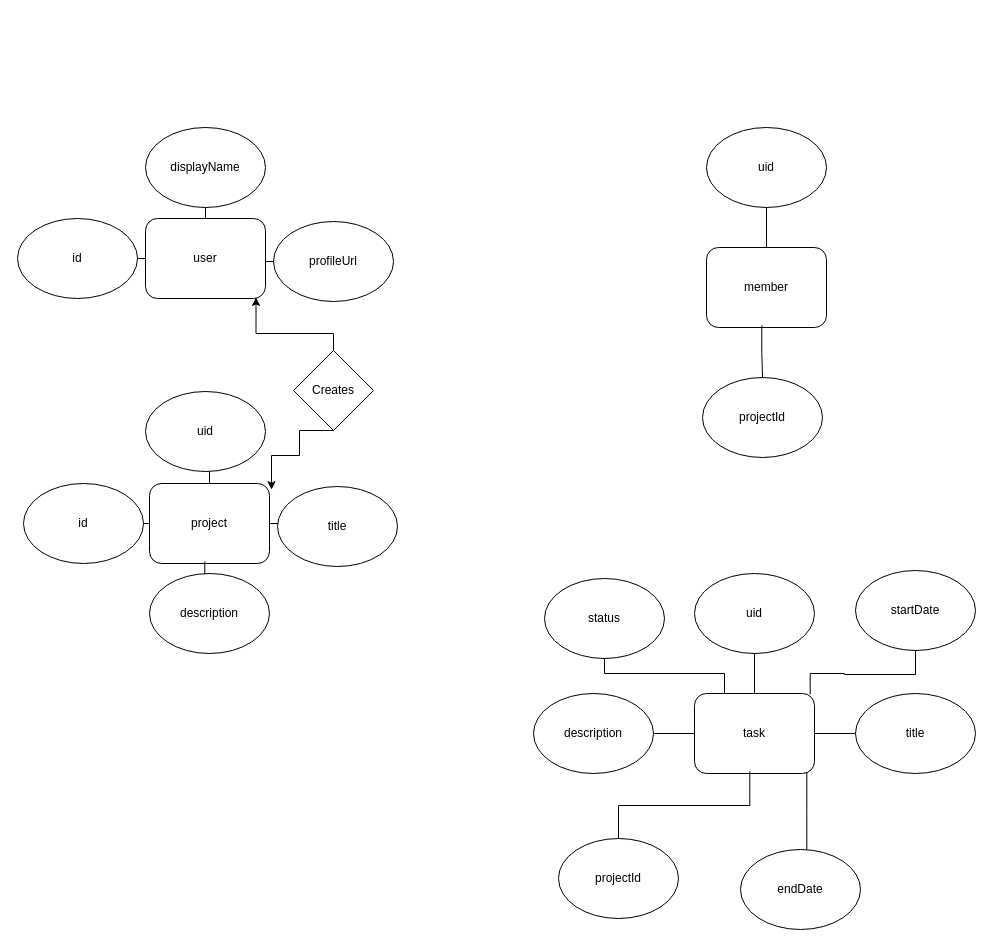
Before: page "Page-1" (1 of 2) of .idea/Untitled Diagram.drawio in ganeshgfx/project_management_app, a draw.io diagram. Source tidied: cells renumbered, new cells numbered last; positions are measured from the earlier drawing's top-left corner, leaving out a move shared by most shapes. Both pictures are drawn from the tidied source at 100%, with x=0, y=0 at pixel (17, 127).
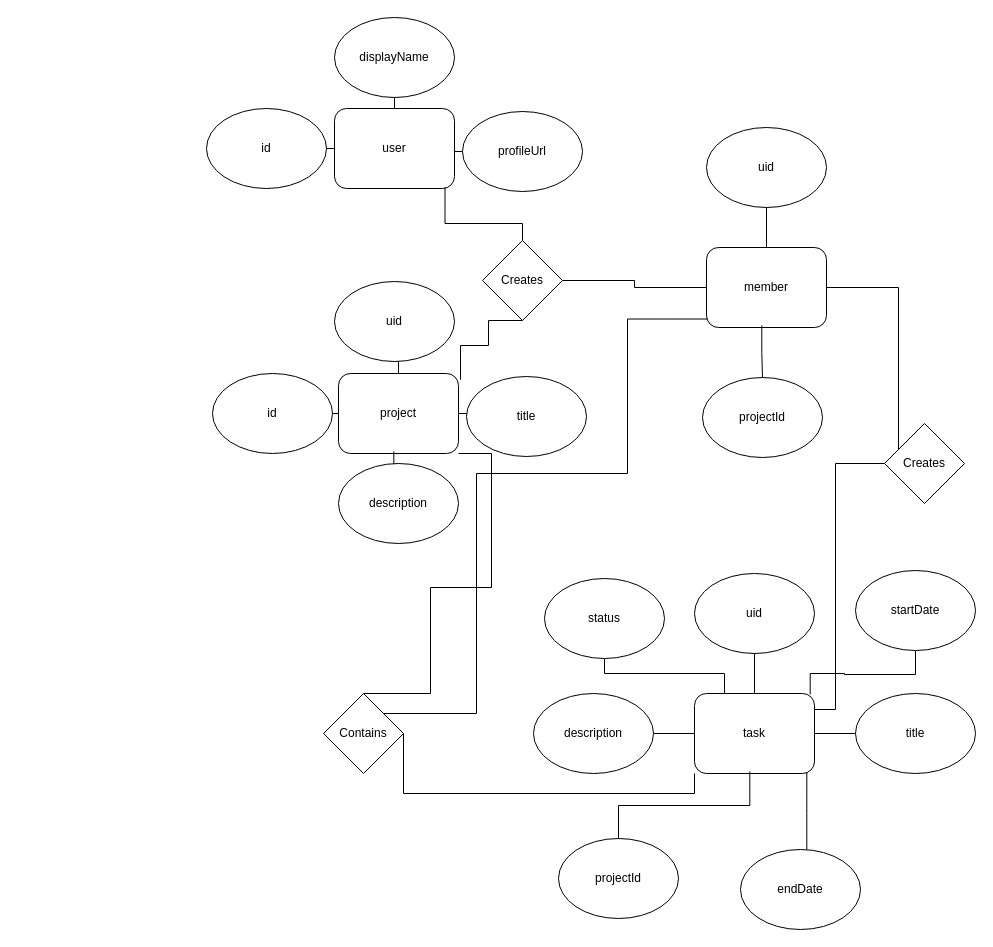
Above is the later version.

Unchanged cells that the change refers to:
```xml
<mxCell id="18" value="member" style="rounded=1;whiteSpace=wrap;html=1;" parent="1" vertex="1">
  <mxGeometry x="689" y="120" width="120" height="80" as="geometry" />
</mxCell>
<mxCell id="23" value="task" style="rounded=1;whiteSpace=wrap;html=1;" parent="1" vertex="1">
  <mxGeometry x="677" y="566" width="120" height="80" as="geometry" />
</mxCell>
```

Change to the diagram source:
```diff
@@
     <mxCell id="3" value="user" style="rounded=1;whiteSpace=wrap;html=1;" parent="1" vertex="1">
-      <mxGeometry x="128" y="91" width="120" height="80" as="geometry" />
+      <mxGeometry x="317" y="-19" width="120" height="80" as="geometry" />
     </mxCell>
     <mxCell id="4" value="id" style="ellipse;whiteSpace=wrap;html=1;" parent="1" vertex="1">
-      <mxGeometry y="91" width="120" height="80" as="geometry" />
+      <mxGeometry x="189" y="-19" width="120" height="80" as="geometry" />
     </mxCell>
     <mxCell id="5" style="edgeStyle=orthogonalEdgeStyle;rounded=0;jettySize=auto;html=1;exitX=0.5;exitY=0;exitDx=0;exitDy=0;strokeColor=default;endArrow=none;endFill=0;" parent="1" edge="1" source="3" target="6">
       <mxGeometry relative="1" as="geometry">
         <Array as="points">
-          <mxPoint x="188" y="53" />
-          <mxPoint x="190" y="53" />
+          <mxPoint x="377" y="-57" />
+          <mxPoint x="379" y="-57" />
         </Array>
       </mxGeometry>
     </mxCell>
     <mxCell id="6" value="displayName" style="ellipse;whiteSpace=wrap;html=1;" parent="1" vertex="1">
-      <mxGeometry x="128" width="120" height="80" as="geometry" />
+      <mxGeometry x="317" y="-110" width="120" height="80" as="geometry" />
     </mxCell>
     <mxCell id="7" style="edgeStyle=orthogonalEdgeStyle;rounded=0;jettySize=auto;html=1;exitX=1;exitY=0.5;exitDx=0;exitDy=0;strokeColor=default;endArrow=none;endFill=0;" parent="1" edge="1" source="3" target="8">
       <mxGeometry relative="1" as="geometry">
         <Array as="points">
-          <mxPoint x="248" y="135" />
-          <mxPoint x="248" y="135" />
+          <mxPoint x="437" y="25" />
+          <mxPoint x="437" y="25" />
         </Array>
       </mxGeometry>
     </mxCell>
     <mxCell id="8" value="profileUrl" style="ellipse;whiteSpace=wrap;html=1;" parent="1" vertex="1">
-      <mxGeometry x="256" y="94" width="120" height="80" as="geometry" />
+      <mxGeometry x="445" y="-16" width="120" height="80" as="geometry" />
     </mxCell>
@@
     <mxCell id="10" value="project" style="rounded=1;whiteSpace=wrap;html=1;" parent="1" vertex="1">
-      <mxGeometry x="132" y="356" width="120" height="80" as="geometry" />
+      <mxGeometry x="321" y="246" width="120" height="80" as="geometry" />
     </mxCell>
     <mxCell id="11" value="id" style="ellipse;whiteSpace=wrap;html=1;" parent="1" vertex="1">
-      <mxGeometry x="6" y="356" width="120" height="80" as="geometry" />
+      <mxGeometry x="195" y="246" width="120" height="80" as="geometry" />
     </mxCell>
@@
     <mxCell id="13" value="uid" style="ellipse;whiteSpace=wrap;html=1;" parent="1" vertex="1">
-      <mxGeometry x="128" y="264" width="120" height="80" as="geometry" />
+      <mxGeometry x="317" y="154" width="120" height="80" as="geometry" />
     </mxCell>
@@
     <mxCell id="15" value="title" style="ellipse;whiteSpace=wrap;html=1;" parent="1" vertex="1">
-      <mxGeometry x="260" y="359" width="120" height="80" as="geometry" />
+      <mxGeometry x="449" y="249" width="120" height="80" as="geometry" />
     </mxCell>
@@
     <mxCell id="17" value="description" style="ellipse;whiteSpace=wrap;html=1;" parent="1" vertex="1">
-      <mxGeometry x="132" y="446" width="120" height="80" as="geometry" />
+      <mxGeometry x="321" y="336" width="120" height="80" as="geometry" />
     </mxCell>
@@
-    <mxCell id="38" style="edgeStyle=orthogonalEdgeStyle;rounded=0;jettySize=auto;html=1;entryX=0.921;entryY=0.986;entryDx=0;entryDy=0;entryPerimeter=0;" parent="1" edge="1" source="40" target="3">
+    <mxCell id="38" style="edgeStyle=orthogonalEdgeStyle;rounded=0;jettySize=auto;html=1;entryX=0.921;entryY=0.986;entryDx=0;entryDy=0;entryPerimeter=0;endArrow=none;endFill=0;" parent="1" edge="1" source="40" target="3">
       <mxGeometry relative="1" as="geometry">
         <Array as="points">
-          <mxPoint x="316" y="206" />
-          <mxPoint x="238" y="206" />
+          <mxPoint x="505" y="96" />
+          <mxPoint x="427" y="96" />
         </Array>
       </mxGeometry>
     </mxCell>
-    <mxCell id="39" style="edgeStyle=orthogonalEdgeStyle;rounded=0;jettySize=auto;html=1;entryX=1.017;entryY=0.077;entryDx=0;entryDy=0;entryPerimeter=0;exitX=0.5;exitY=1;exitDx=0;exitDy=0;" parent="1" edge="1" source="40" target="10">
+    <mxCell id="39" style="edgeStyle=orthogonalEdgeStyle;rounded=0;jettySize=auto;html=1;entryX=1.017;entryY=0.077;entryDx=0;entryDy=0;entryPerimeter=0;exitX=0.5;exitY=1;exitDx=0;exitDy=0;endArrow=none;endFill=0;" parent="1" edge="1" source="40" target="10">
       <mxGeometry relative="1" as="geometry">
         <Array as="points">
-          <mxPoint x="282" y="303" />
-          <mxPoint x="282" y="328" />
-          <mxPoint x="254" y="328" />
+          <mxPoint x="471" y="193" />
+          <mxPoint x="471" y="218" />
+          <mxPoint x="443" y="218" />
         </Array>
       </mxGeometry>
     </mxCell>
+    <mxCell id="41" style="edgeStyle=orthogonalEdgeStyle;rounded=0;jettySize=auto;html=1;entryX=0;entryY=0.5;entryDx=0;entryDy=0;endArrow=none;endFill=0;" parent="1" edge="1" source="40" target="18">
+      <mxGeometry relative="1" as="geometry" />
+    </mxCell>
     <mxCell id="40" value="Creates" style="rhombus;whiteSpace=wrap;html=1;" parent="1" vertex="1">
-      <mxGeometry x="276" y="223" width="80" height="80" as="geometry" />
+      <mxGeometry x="465" y="113" width="80" height="80" as="geometry" />
     </mxCell>
+    <mxCell id="42" style="edgeStyle=orthogonalEdgeStyle;rounded=0;jettySize=auto;html=1;exitX=0.5;exitY=0;exitDx=0;exitDy=0;entryX=1;entryY=1;entryDx=0;entryDy=0;endArrow=none;endFill=0;" parent="1" edge="1" source="45" target="10">
+      <mxGeometry relative="1" as="geometry">
+        <Array as="points">
+          <mxPoint x="413" y="566" />
+          <mxPoint x="413" y="460" />
+          <mxPoint x="474" y="460" />
+          <mxPoint x="474" y="326" />
+        </Array>
+      </mxGeometry>
+    </mxCell>
+    <mxCell id="43" style="edgeStyle=orthogonalEdgeStyle;rounded=0;jettySize=auto;html=1;exitX=1;exitY=0.5;exitDx=0;exitDy=0;entryX=0;entryY=1;entryDx=0;entryDy=0;endArrow=none;endFill=0;" parent="1" edge="1" source="45" target="23">
+      <mxGeometry relative="1" as="geometry">
+        <Array as="points">
+          <mxPoint x="386" y="666" />
+          <mxPoint x="677" y="666" />
+        </Array>
+      </mxGeometry>
+    </mxCell>
+    <mxCell id="44" style="edgeStyle=orthogonalEdgeStyle;rounded=0;jettySize=auto;html=1;exitX=1;exitY=0;exitDx=0;exitDy=0;entryX=0.01;entryY=0.894;entryDx=0;entryDy=0;entryPerimeter=0;endArrow=none;endFill=0;" parent="1" edge="1" source="45" target="18">
+      <mxGeometry relative="1" as="geometry">
+        <Array as="points">
+          <mxPoint x="459" y="586" />
+          <mxPoint x="459" y="346" />
+          <mxPoint x="610" y="346" />
+          <mxPoint x="610" y="192" />
+        </Array>
+      </mxGeometry>
+    </mxCell>
+    <mxCell id="45" value="Contains" style="rhombus;whiteSpace=wrap;html=1;" parent="1" vertex="1">
+      <mxGeometry x="306" y="566" width="80" height="80" as="geometry" />
+    </mxCell>
+    <mxCell id="46" style="edgeStyle=orthogonalEdgeStyle;rounded=0;jettySize=auto;html=1;endArrow=none;endFill=0;" parent="1" edge="1" source="48" target="18">
+      <mxGeometry relative="1" as="geometry">
+        <Array as="points">
+          <mxPoint x="881" y="160" />
+        </Array>
+      </mxGeometry>
+    </mxCell>
+    <mxCell id="47" style="edgeStyle=orthogonalEdgeStyle;rounded=0;jettySize=auto;html=1;endArrow=none;endFill=0;" parent="1" edge="1" source="48" target="23">
+      <mxGeometry relative="1" as="geometry">
+        <Array as="points">
+          <mxPoint x="818" y="336" />
+          <mxPoint x="818" y="582" />
+        </Array>
+      </mxGeometry>
+    </mxCell>
+    <mxCell id="48" value="Creates" style="rhombus;whiteSpace=wrap;html=1;" parent="1" vertex="1">
+      <mxGeometry x="867" y="296" width="80" height="80" as="geometry" />
+    </mxCell>
```
